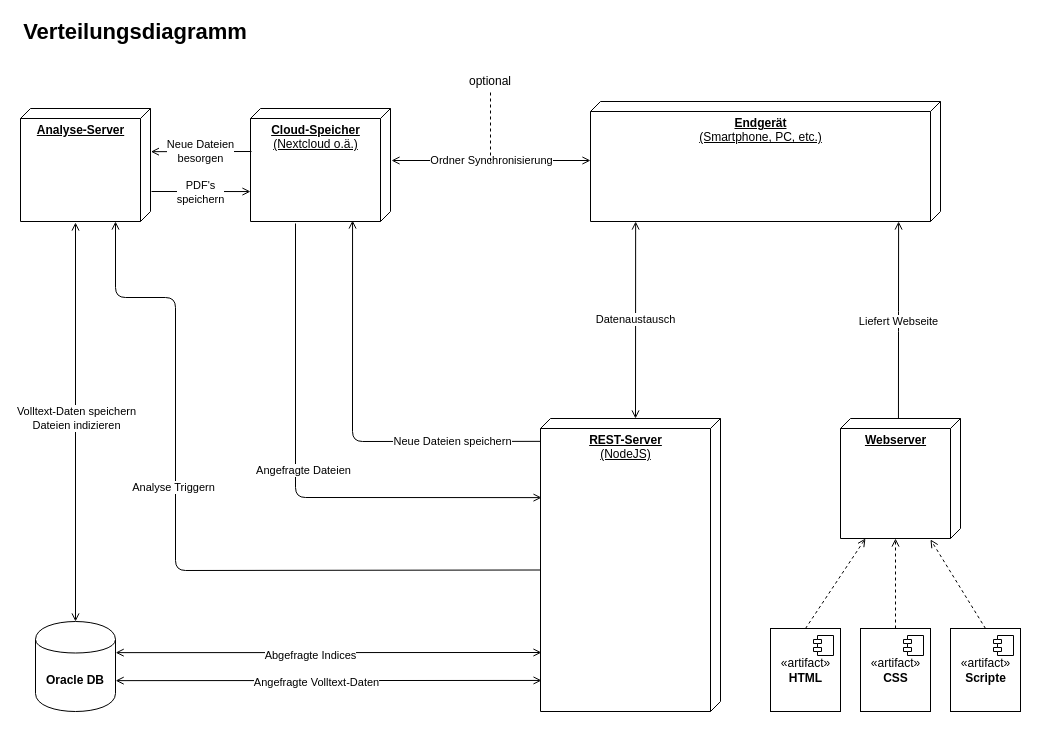
Above: page "Verteilungsdiagramm" (1 of 3) of docs/Overview/resources/Diagramme/doc-ver_Diagramme.drawio in doc-ver/Doku (draw.io), before the change. Source tidied: cells renumbered, new cells numbered last; positions are measured from the earlier drawing's top-left corner, leaving out a move shared by most shapes. Both pictures are drawn from the tidied source at 100%, with x=0, y=0 at pixel (20, 17).
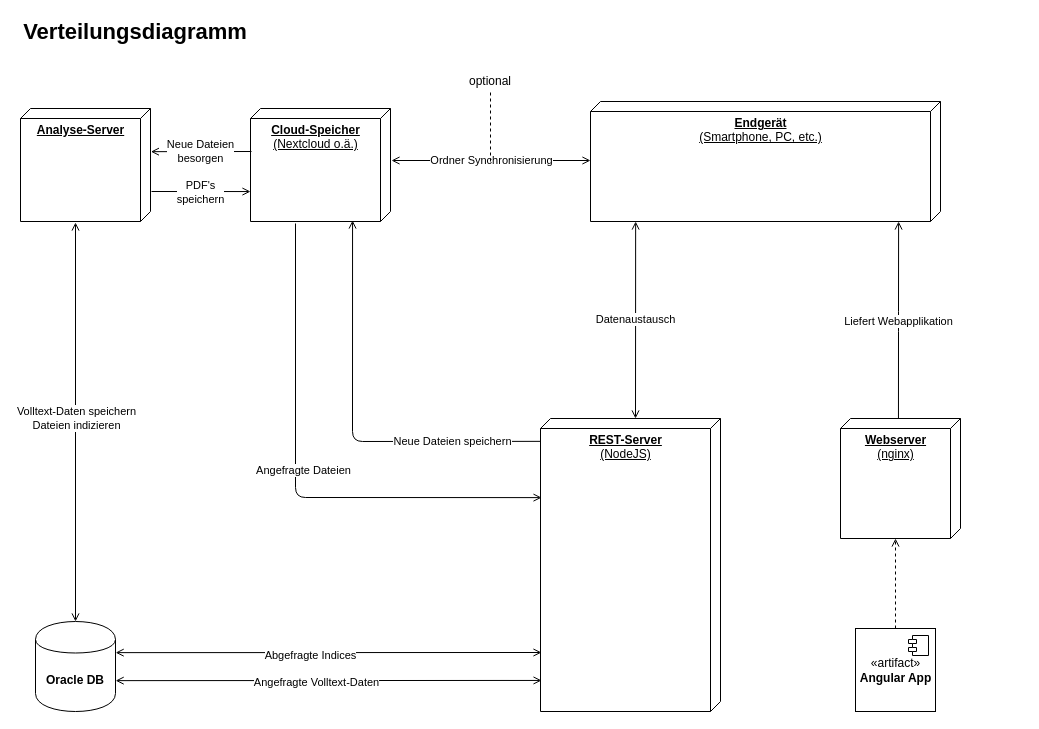
The same page after the edit.

Unchanged cells that the change refers to:
```xml
<mxCell id="14" value="&lt;div&gt;&lt;b&gt;REST-Server&lt;/b&gt;&lt;/div&gt;&lt;div&gt;(NodeJS)&lt;b&gt;&lt;br&gt;&lt;/b&gt;&lt;/div&gt;" style="verticalAlign=top;align=center;spacingTop=8;spacingLeft=2;spacingRight=12;shape=cube;size=10;direction=south;fontStyle=4;html=1;" parent="1" vertex="1">
  <mxGeometry x="520" y="401" width="180" height="293" as="geometry" />
</mxCell>
```

What changed in the source:
```diff
@@
-    <mxCell id="3" value="&lt;b&gt;Webserver&lt;/b&gt;" style="verticalAlign=top;align=center;spacingTop=8;spacingLeft=2;spacingRight=12;shape=cube;size=10;direction=south;fontStyle=4;html=1;" parent="1" vertex="1">
+    <mxCell id="3" value="&lt;div&gt;&lt;b&gt;Webserver&lt;/b&gt;&lt;/div&gt;&lt;div&gt;(nginx)&lt;br&gt;&lt;b&gt;&lt;/b&gt;&lt;/div&gt;" style="verticalAlign=top;align=center;spacingTop=8;spacingLeft=2;spacingRight=12;shape=cube;size=10;direction=south;fontStyle=4;html=1;" parent="1" vertex="1">
       <mxGeometry x="820" y="401" width="120" height="120" as="geometry" />
     </mxCell>
-    <mxCell id="4" value="«artifact»&lt;br&gt;&lt;b&gt;HTML&lt;/b&gt;" style="html=1;" parent="1" vertex="1">
-      <mxGeometry x="750" y="611" width="70" height="83" as="geometry" />
-    </mxCell>
-    <mxCell id="5" style="shape=component;jettyWidth=8;jettyHeight=4;" parent="4" vertex="1">
-      <mxGeometry x="1" width="20" height="20" relative="1" as="geometry">
-        <mxPoint x="-27" y="7" as="offset" />
-      </mxGeometry>
-    </mxCell>
-    <mxCell id="6" value="«artifact»&lt;br&gt;&lt;b&gt;CSS&lt;/b&gt;" style="html=1;" parent="1" vertex="1">
-      <mxGeometry x="840" y="611" width="70" height="83" as="geometry" />
+    <mxCell id="6" value="«artifact»&lt;br&gt;&lt;b&gt;Angular App&lt;br&gt;&lt;/b&gt;" style="html=1;" parent="1" vertex="1">
+      <mxGeometry x="835" y="611" width="80" height="83" as="geometry" />
     </mxCell>
@@
-    <mxCell id="8" value="«artifact»&lt;br&gt;&lt;b&gt;Scripte&lt;/b&gt;" style="html=1;" parent="1" vertex="1">
-      <mxGeometry x="930" y="611" width="70" height="83" as="geometry" />
-    </mxCell>
-    <mxCell id="9" style="shape=component;jettyWidth=8;jettyHeight=4;" parent="8" vertex="1">
-      <mxGeometry x="1" width="20" height="20" relative="1" as="geometry">
-        <mxPoint x="-27" y="7" as="offset" />
-      </mxGeometry>
-    </mxCell>
-    <mxCell id="10" style="endArrow=open;dashed=1;html=1;strokeColor=#000000;exitX=0.5;exitY=0;exitDx=0;exitDy=0;endFill=0;" parent="1" edge="1" source="8">
-      <mxGeometry relative="1" as="geometry">
-        <mxPoint x="910" y="522" as="targetPoint" />
-      </mxGeometry>
-    </mxCell>
@@
-    <mxCell id="12" style="endArrow=open;dashed=1;html=1;strokeColor=#000000;exitX=0.5;exitY=0;exitDx=0;exitDy=0;entryX=1;entryY=0.792;entryDx=0;entryDy=0;entryPerimeter=0;endFill=0;" parent="1" edge="1" source="4" target="3">
-      <mxGeometry relative="1" as="geometry" />
-    </mxCell>
-    <mxCell id="13" value="Liefert Webseite" style="endArrow=open;html=1;strokeColor=#000000;exitX=0;exitY=0.517;exitDx=0;exitDy=0;exitPerimeter=0;entryX=1.025;entryY=0.258;entryDx=0;entryDy=0;entryPerimeter=0;endFill=0;" parent="1" edge="1" source="3">
+    <mxCell id="13" value="&lt;div&gt;Liefert Webapplikation&lt;/div&gt;" style="endArrow=open;html=1;strokeColor=#000000;exitX=0;exitY=0.517;exitDx=0;exitDy=0;exitPerimeter=0;entryX=1.025;entryY=0.258;entryDx=0;entryDy=0;entryPerimeter=0;endFill=0;" parent="1" edge="1" source="3">
       <mxGeometry x="-0.02" relative="1" as="geometry">
         <mxPoint x="878.1" y="204" as="targetPoint" />
         <Array as="points">
           <mxPoint x="878" y="304" />
         </Array>
       </mxGeometry>
     </mxCell>
@@
-    <mxCell id="37" style="endArrow=none;html=1;strokeColor=#000000;endFill=0;entryX=0;entryY=0;entryDx=151.5;entryDy=180;entryPerimeter=0;startArrow=open;startFill=0;" parent="1" edge="1" target="14">
-      <mxGeometry relative="1" as="geometry">
-        <mxPoint x="95" y="204" as="sourcePoint" />
-        <Array as="points">
-          <mxPoint x="95" y="280" />
-          <mxPoint x="155" y="280" />
-          <mxPoint x="155" y="553" />
-        </Array>
-      </mxGeometry>
-    </mxCell>
-    <mxCell id="38" value="Analyse Triggern" style="edgeLabel;html=1;align=center;verticalAlign=middle;" parent="37" vertex="1">
-      <mxGeometry x="0.09" y="2" relative="1" as="geometry">
-        <mxPoint x="-15" y="-81" as="offset" />
-      </mxGeometry>
-    </mxCell>
```
